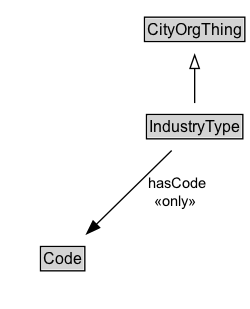
This is docs/diagrams/IndustryType.dot.png from ISO-TC204/ontology-cdm-p2-v1, a Graphviz export, as it was before one commit. Its source is kept beside it as docs/diagrams/IndustryType.dot.
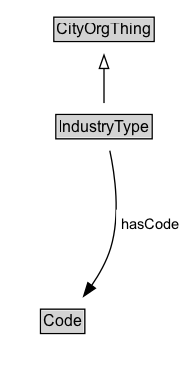
After the commit.

The edit, as a diff of the source:
```diff
@@ -3,18 +3,21 @@
 	node [fontname=Arial fontsize=12 margin=0 shape=none]
 	edge [fontname=Arial fontsize=11]
 	{
+		rank=source
+		CityOrgThing [label=<<TABLE BORDER="1" CELLBORDER="0" CELLSPACING="0" CELLPADDING="1"><TR><TD BGCOLOR="lightgray" ALIGN="CENTER">CityOrgThing</TD></TR></TABLE>> URL="../CityOrgThing" margin=0]
+	}
+	IndustryType [label=<<TABLE BORDER="1" CELLBORDER="0" CELLSPACING="0" CELLPADDING="1"><TR><TD BGCOLOR="lightgray" ALIGN="CENTER">IndustryType</TD></TR></TABLE>> URL="../IndustryType" margin=0]
+	{
 		rank=max
-		IndustryType [label=<<TABLE BORDER="1" CELLBORDER="0" CELLSPACING="0" CELLPADDING="1"><TR><TD BGCOLOR="lightgray" ALIGN="CENTER" PORT="e">IndustryType</TD></TR></TABLE>> URL="../IndustryType.md" margin=0]
 	}
 	subgraph cluster_associated {
 		label="" style=invis
 		Invis [label=<<TABLE BORDER="0" CELLBORDER="0" CELLSPACING="0" CELLPADDING="1"><TR><TD></TD></TR></TABLE>> margin=0 style=invis]
-		Code [label=<<TABLE BORDER="1" CELLBORDER="0" CELLSPACING="0" CELLPADDING="1"><TR><TD BGCOLOR="lightgray" ALIGN="CENTER">Code</TD></TR></TABLE>> URL="../Code.md" margin=0]
+		Code [label=<<TABLE BORDER="1" CELLBORDER="0" CELLSPACING="0" CELLPADDING="1"><TR><TD BGCOLOR="lightgray" ALIGN="CENTER">Code</TD></TR></TABLE>> URL="../Code" margin=0]
 	}
-	CityOrgThing [label=<<TABLE BORDER="1" CELLBORDER="0" CELLSPACING="0" CELLPADDING="1"><TR><TD BGCOLOR="lightgray" ALIGN="CENTER">CityOrgThing</TD></TR></TABLE>> URL="../CityOrgThing.md" margin=0]
 	IndustryType -> CityOrgThing [arrowhead=onormal style=solid]
 	IndustryType -> Invis [style=invis]
 	Invis -> Code [style=invis]
-	IndustryType -> Code [label=" hasCode
- «only»  " arrowhead=normal style=solid]
+	Code [label=<<TABLE BORDER="1" CELLBORDER="0" CELLSPACING="0" CELLPADDING="1"><TR><TD BGCOLOR="lightgray" ALIGN="CENTER">Code</TD></TR></TABLE>> URL="../Code" margin=0]
+	IndustryType -> Code [label=<<TABLE BORDER="0" CELLBORDER="0" CELLSPACING="0" CELLPADDING="4" BGCOLOR="white"><TR><TD ALIGN="CENTER">hasCode</TD></TR></TABLE>> arrowhead=normal style=solid]
 }
```
